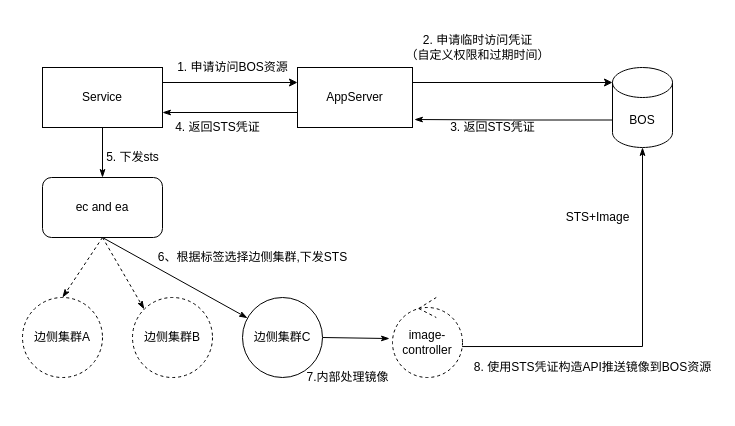
Above: BOS-STS.drawio in ZP-AlwaysWin/diagram (draw.io), before the change. Source tidied: cells renumbered, new cells numbered last; positions are measured from the earlier drawing's top-left corner, leaving out a move shared by most shapes. Both pictures are drawn from the tidied source at 100%, with x=0, y=0 at pixel (22, 32).
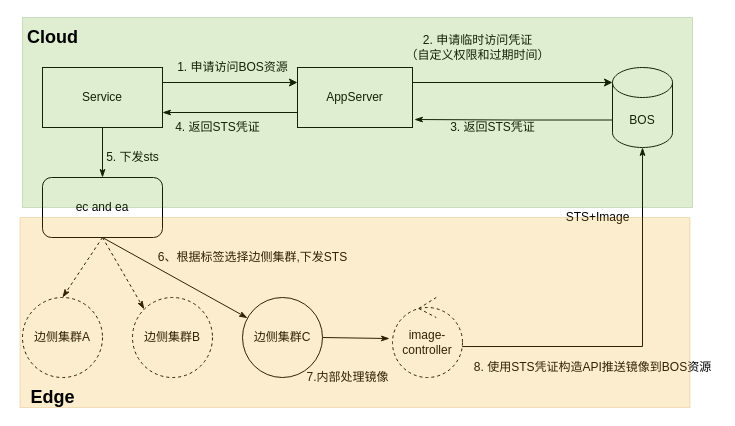
After the change.

What changed in the source:
```diff
@@
+    <mxCell id="29" style="rounded=0;whiteSpace=wrap;html=1;opacity=20;fillColor=#60a917;strokeColor=#2D7600;fontColor=#ffffff;" parent="1" vertex="1">
+      <mxGeometry y="-15" width="670" height="190" as="geometry" />
+    </mxCell>
+    <mxCell id="30" style="rounded=0;whiteSpace=wrap;html=1;opacity=20;fillColor=#f0a30a;strokeColor=#BD7000;fontColor=#ffffff;" parent="1" vertex="1">
+      <mxGeometry x="-2.5" y="185" width="670" height="190" as="geometry" />
+    </mxCell>
+    <mxCell id="31" value="&lt;font style=&quot;font-size: 18px&quot;&gt;&lt;b&gt;Cloud&lt;/b&gt;&lt;/font&gt;" style="text;html=1;align=center;verticalAlign=middle;" parent="1" vertex="1">
+      <mxGeometry x="-5" y="-5" width="70" height="20" as="geometry" />
+    </mxCell>
+    <mxCell id="32" value="&lt;font style=&quot;font-size: 18px&quot;&gt;&lt;b&gt;Edge&lt;/b&gt;&lt;/font&gt;" style="text;html=1;align=center;verticalAlign=middle;" parent="1" vertex="1">
+      <mxGeometry y="355" width="60" height="20" as="geometry" />
+    </mxCell>
```
